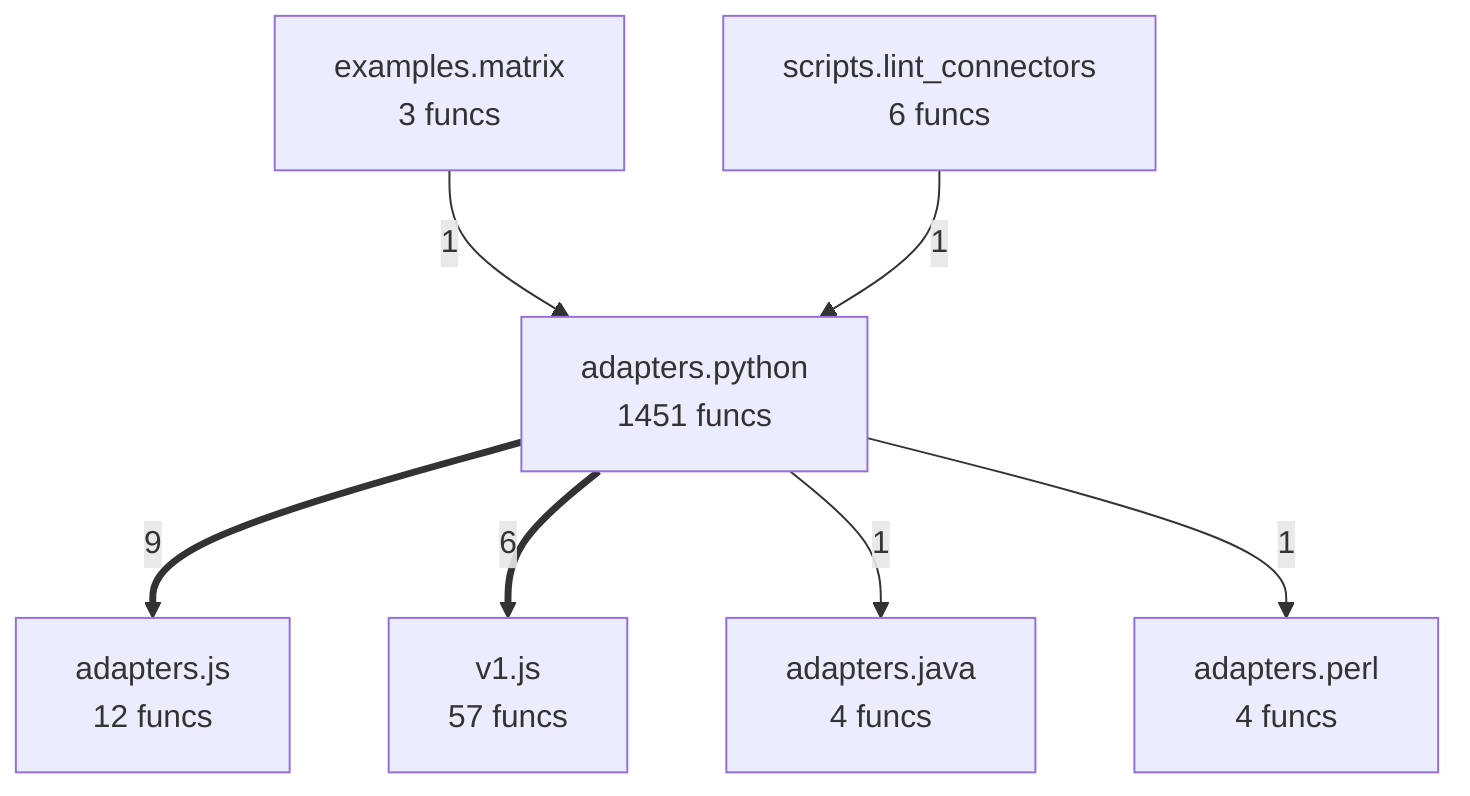
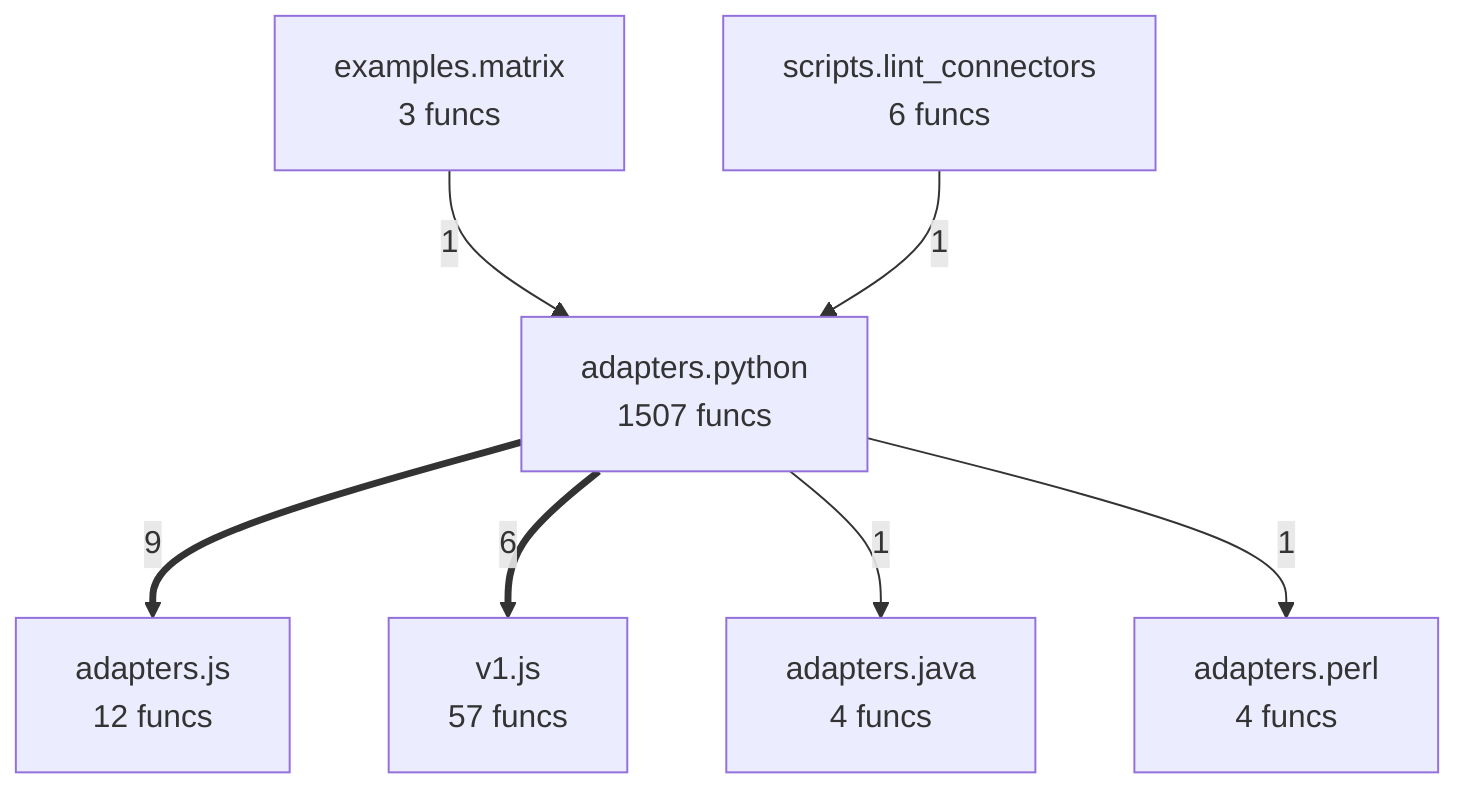
flowchart TD
- %% generated in 0.04s
+ %% generated in 0.06s
    adapters__java["adapters.java<br/>4 funcs"]
    adapters__js["adapters.js<br/>12 funcs"]
    adapters__perl["adapters.perl<br/>4 funcs"]
-     adapters__python["adapters.python<br/>1451 funcs"]
+     adapters__python["adapters.python<br/>1507 funcs"]
    examples__matrix["examples.matrix<br/>3 funcs"]
    scripts__lint_connectors["scripts.lint_connectors<br/>6 funcs"]
    v1__js["v1.js<br/>57 funcs"]
    adapters__python ==>|9| adapters__js
    adapters__python ==>|6| v1__js
    examples__matrix -->|1| adapters__python
    scripts__lint_connectors -->|1| adapters__python
    adapters__python -->|1| adapters__java
    adapters__python -->|1| adapters__perl
